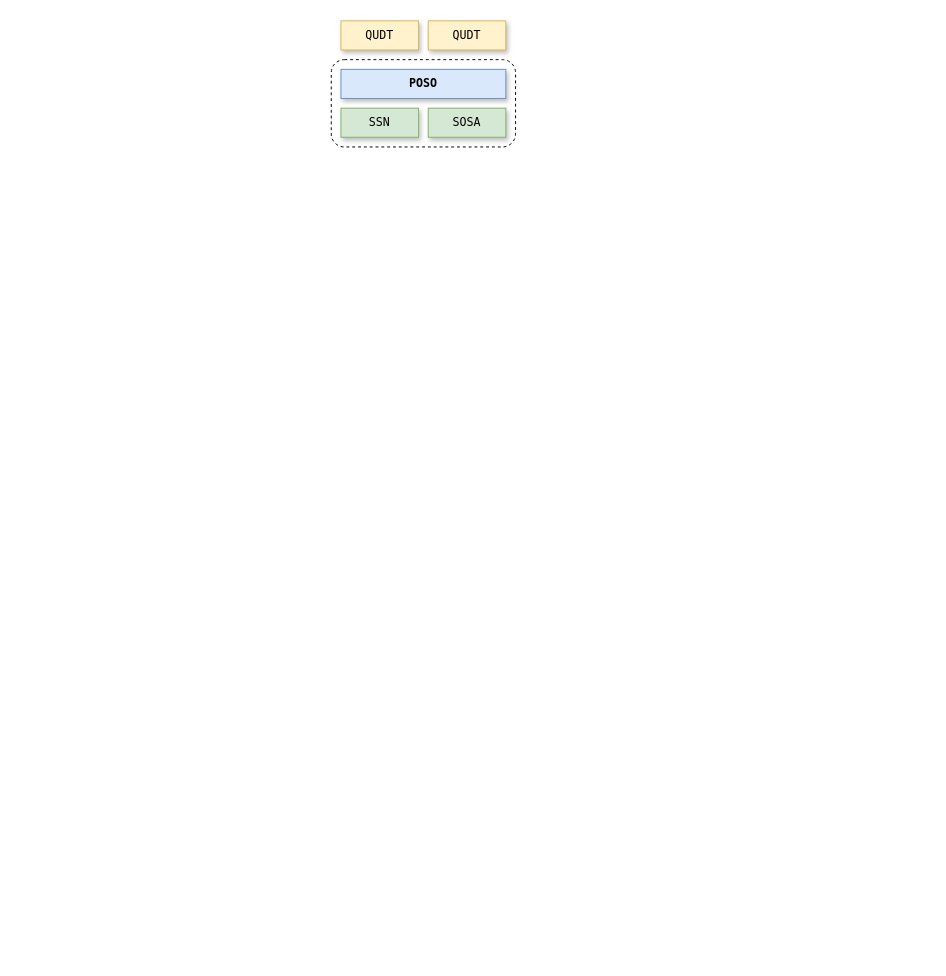
Earlier version of the draw.io diagram page "Page-1" (1 of 5) of docs/images/architecture.drawio (OpenHPS/POSO). Source tidied: cells renumbered, new cells numbered last; positions are measured from the earlier drawing's top-left corner, leaving out a move shared by most shapes. Both pictures are drawn from the tidied source at 97%, with x=0, y=0 at pixel (331, 20).
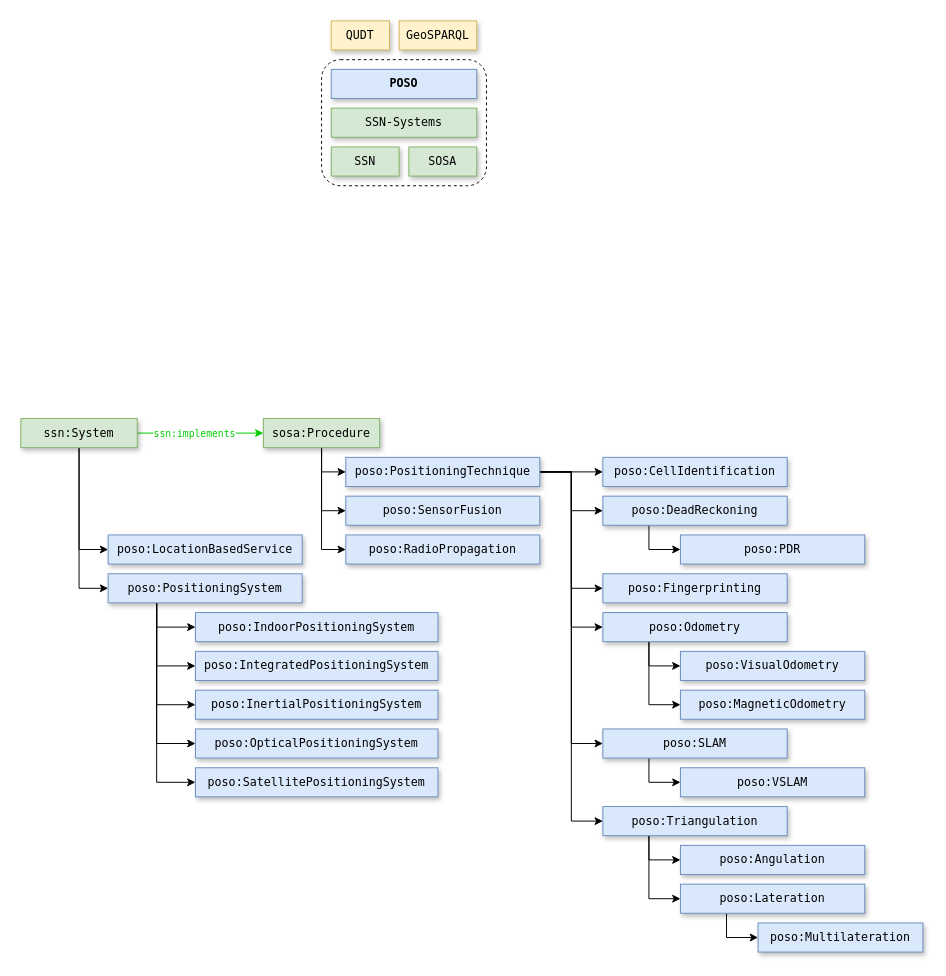
Above is the later version.

What changed in the source:
```diff
@@
     <mxCell id="2" value="&lt;b&gt;POSO&lt;/b&gt;" style="rounded=0;whiteSpace=wrap;html=1;fillColor=#dae8fc;strokeColor=#6c8ebf;shadow=1;fontFamily=Lucida Console;" parent="1" vertex="1">
-      <mxGeometry x="10" y="50" width="170" height="30" as="geometry" />
+      <mxGeometry y="50" width="150" height="30" as="geometry" />
     </mxCell>
     <mxCell id="3" value="&lt;span style=&quot;font-weight: normal&quot;&gt;SSN&lt;/span&gt;" style="rounded=0;whiteSpace=wrap;html=1;fillColor=#d5e8d4;strokeColor=#82b366;shadow=1;fontStyle=1;fontFamily=Lucida Console;" parent="1" vertex="1">
-      <mxGeometry x="10" y="90" width="80" height="30" as="geometry" />
+      <mxGeometry y="130" width="70" height="30" as="geometry" />
     </mxCell>
     <mxCell id="4" value="&lt;span style=&quot;font-weight: normal&quot;&gt;SOSA&lt;/span&gt;" style="rounded=0;whiteSpace=wrap;html=1;fillColor=#d5e8d4;strokeColor=#82b366;shadow=1;fontStyle=1;fontFamily=Lucida Console;" parent="1" vertex="1">
-      <mxGeometry x="100" y="90" width="80" height="30" as="geometry" />
+      <mxGeometry x="80" y="130" width="70" height="30" as="geometry" />
     </mxCell>
     <mxCell id="5" value="&lt;span style=&quot;font-weight: normal&quot;&gt;QUDT&lt;/span&gt;" style="rounded=0;whiteSpace=wrap;html=1;fillColor=#fff2cc;strokeColor=#d6b656;shadow=1;fontStyle=1;fontFamily=Lucida Console;" parent="1" vertex="1">
-      <mxGeometry x="10" width="80" height="30" as="geometry" />
+      <mxGeometry width="60" height="30" as="geometry" />
     </mxCell>
     <mxCell id="6" style="rounded=1;whiteSpace=wrap;html=1;shadow=0;fillColor=none;dashed=1;strokeWidth=1;fontFamily=Lucida Console;" parent="1" vertex="1">
-      <mxGeometry y="40" width="190" height="90" as="geometry" />
+      <mxGeometry x="-10" y="40" width="170" height="130" as="geometry" />
     </mxCell>
-    <mxCell id="7" value="&lt;span style=&quot;font-weight: normal&quot;&gt;QUDT&lt;/span&gt;" style="rounded=0;whiteSpace=wrap;html=1;fillColor=#fff2cc;strokeColor=#d6b656;shadow=1;fontStyle=1;fontFamily=Lucida Console;" parent="1" vertex="1">
-      <mxGeometry x="100" width="80" height="30" as="geometry" />
+    <mxCell id="7" value="&lt;span style=&quot;font-weight: normal&quot;&gt;GeoSPARQL&lt;/span&gt;" style="rounded=0;whiteSpace=wrap;html=1;fillColor=#fff2cc;strokeColor=#d6b656;shadow=1;fontStyle=1;fontFamily=Lucida Console;" parent="1" vertex="1">
+      <mxGeometry x="70" width="80" height="30" as="geometry" />
     </mxCell>
+    <mxCell id="8" value="&lt;span style=&quot;font-weight: normal&quot;&gt;SSN-Systems&lt;/span&gt;" style="rounded=0;whiteSpace=wrap;html=1;fillColor=#d5e8d4;strokeColor=#82b366;shadow=1;fontStyle=1;fontFamily=Lucida Console;" parent="1" vertex="1">
+      <mxGeometry y="90" width="150" height="30" as="geometry" />
+    </mxCell>
+    <mxCell id="9" style="edgeStyle=orthogonalEdgeStyle;rounded=0;jettySize=auto;html=1;exitX=0.5;exitY=1;exitDx=0;exitDy=0;entryX=0;entryY=0.5;entryDx=0;entryDy=0;fontFamily=Lucida Console;" parent="1" edge="1" source="13" target="20">
+      <mxGeometry relative="1" as="geometry" />
+    </mxCell>
+    <mxCell id="10" style="edgeStyle=orthogonalEdgeStyle;rounded=0;jettySize=auto;html=1;exitX=0.5;exitY=1;exitDx=0;exitDy=0;entryX=0;entryY=0.5;entryDx=0;entryDy=0;fontFamily=Lucida Console;" parent="1" edge="1" source="13" target="19">
+      <mxGeometry relative="1" as="geometry" />
+    </mxCell>
+    <mxCell id="11" style="edgeStyle=orthogonalEdgeStyle;rounded=0;jettySize=auto;html=1;entryX=0;entryY=0.5;entryDx=0;entryDy=0;fontFamily=Lucida Console;strokeColor=#00CC00;" parent="1" edge="1" source="13" target="29">
+      <mxGeometry relative="1" as="geometry" />
+    </mxCell>
+    <mxCell id="12" value="ssn:implements" style="edgeLabel;html=1;align=center;verticalAlign=middle;fontSize=10;fontFamily=Lucida Console;fontColor=#00CC00;" parent="11" vertex="1">
+      <mxGeometry x="0.2" y="3" relative="1" as="geometry">
+        <mxPoint x="-20" y="3" as="offset" />
+      </mxGeometry>
+    </mxCell>
+    <mxCell id="13" value="&lt;span style=&quot;font-weight: normal&quot;&gt;ssn:System&lt;/span&gt;" style="rounded=0;whiteSpace=wrap;html=1;fillColor=#d5e8d4;strokeColor=#82b366;shadow=1;fontStyle=1;fontFamily=Lucida Console;" parent="1" vertex="1">
+      <mxGeometry x="-320" y="410" width="120" height="30" as="geometry" />
+    </mxCell>
+    <mxCell id="14" style="edgeStyle=orthogonalEdgeStyle;rounded=0;jettySize=auto;html=1;exitX=0.25;exitY=1;exitDx=0;exitDy=0;entryX=0;entryY=0.5;entryDx=0;entryDy=0;fontFamily=Lucida Console;" parent="1" edge="1" source="19" target="21">
+      <mxGeometry relative="1" as="geometry" />
+    </mxCell>
+    <mxCell id="15" style="edgeStyle=orthogonalEdgeStyle;rounded=0;jettySize=auto;html=1;exitX=0.25;exitY=1;exitDx=0;exitDy=0;entryX=0;entryY=0.5;entryDx=0;entryDy=0;fontFamily=Lucida Console;" parent="1" edge="1" source="19" target="22">
+      <mxGeometry relative="1" as="geometry" />
+    </mxCell>
+    <mxCell id="16" style="edgeStyle=orthogonalEdgeStyle;rounded=0;jettySize=auto;html=1;exitX=0.25;exitY=1;exitDx=0;exitDy=0;entryX=0;entryY=0.5;entryDx=0;entryDy=0;fontFamily=Lucida Console;" parent="1" edge="1" source="19" target="23">
+      <mxGeometry relative="1" as="geometry" />
+    </mxCell>
+    <mxCell id="17" style="edgeStyle=orthogonalEdgeStyle;rounded=0;jettySize=auto;html=1;exitX=0.25;exitY=1;exitDx=0;exitDy=0;entryX=0;entryY=0.5;entryDx=0;entryDy=0;fontFamily=Lucida Console;" parent="1" edge="1" source="19" target="24">
+      <mxGeometry relative="1" as="geometry" />
+    </mxCell>
+    <mxCell id="18" style="edgeStyle=orthogonalEdgeStyle;rounded=0;jettySize=auto;html=1;exitX=0.25;exitY=1;exitDx=0;exitDy=0;entryX=0;entryY=0.5;entryDx=0;entryDy=0;fontFamily=Lucida Console;" parent="1" edge="1" source="19" target="25">
+      <mxGeometry relative="1" as="geometry" />
+    </mxCell>
+    <mxCell id="19" value="&lt;span style=&quot;font-weight: normal&quot;&gt;poso:PositioningSystem&lt;/span&gt;" style="rounded=0;whiteSpace=wrap;html=1;fillColor=#dae8fc;strokeColor=#6c8ebf;shadow=1;fontStyle=1;fontFamily=Lucida Console;" parent="1" vertex="1">
+      <mxGeometry x="-230" y="570" width="200" height="30" as="geometry" />
+    </mxCell>
+    <mxCell id="20" value="&lt;span style=&quot;font-weight: normal&quot;&gt;poso:LocationBasedService&lt;/span&gt;" style="rounded=0;whiteSpace=wrap;html=1;fillColor=#dae8fc;strokeColor=#6c8ebf;shadow=1;fontStyle=1;fontFamily=Lucida Console;" parent="1" vertex="1">
+      <mxGeometry x="-230" y="530" width="200" height="30" as="geometry" />
+    </mxCell>
+    <mxCell id="21" value="&lt;span style=&quot;font-weight: normal&quot;&gt;poso:IndoorPositioningSystem&lt;/span&gt;" style="rounded=0;whiteSpace=wrap;html=1;fillColor=#dae8fc;strokeColor=#6c8ebf;shadow=1;fontStyle=1;fontFamily=Lucida Console;" parent="1" vertex="1">
+      <mxGeometry x="-140" y="610" width="250" height="30" as="geometry" />
+    </mxCell>
+    <mxCell id="22" value="&lt;span style=&quot;font-weight: normal&quot;&gt;poso:IntegratedPositioningSystem&lt;/span&gt;" style="rounded=0;whiteSpace=wrap;html=1;fillColor=#dae8fc;strokeColor=#6c8ebf;shadow=1;fontStyle=1;fontFamily=Lucida Console;" parent="1" vertex="1">
+      <mxGeometry x="-140" y="650" width="250" height="30" as="geometry" />
+    </mxCell>
+    <mxCell id="23" value="&lt;span style=&quot;font-weight: normal&quot;&gt;poso:InertialPositioningSystem&lt;/span&gt;" style="rounded=0;whiteSpace=wrap;html=1;fillColor=#dae8fc;strokeColor=#6c8ebf;shadow=1;fontStyle=1;fontFamily=Lucida Console;" parent="1" vertex="1">
+      <mxGeometry x="-140" y="690" width="250" height="30" as="geometry" />
+    </mxCell>
+    <mxCell id="24" value="&lt;span style=&quot;font-weight: normal&quot;&gt;poso:OpticalPositioningSystem&lt;/span&gt;" style="rounded=0;whiteSpace=wrap;html=1;fillColor=#dae8fc;strokeColor=#6c8ebf;shadow=1;fontStyle=1;fontFamily=Lucida Console;" parent="1" vertex="1">
+      <mxGeometry x="-140" y="730" width="250" height="30" as="geometry" />
+    </mxCell>
+    <mxCell id="25" value="&lt;span style=&quot;font-weight: normal&quot;&gt;poso:SatellitePositioningSystem&lt;/span&gt;" style="rounded=0;whiteSpace=wrap;html=1;fillColor=#dae8fc;strokeColor=#6c8ebf;shadow=1;fontStyle=1;fontFamily=Lucida Console;" parent="1" vertex="1">
+      <mxGeometry x="-140" y="770" width="250" height="30" as="geometry" />
+    </mxCell>
+    <mxCell id="26" style="edgeStyle=orthogonalEdgeStyle;rounded=0;jettySize=auto;html=1;entryX=0;entryY=0.5;entryDx=0;entryDy=0;fontFamily=Lucida Console;" parent="1" edge="1" source="29" target="36">
+      <mxGeometry relative="1" as="geometry" />
+    </mxCell>
+    <mxCell id="27" style="edgeStyle=orthogonalEdgeStyle;rounded=0;jettySize=auto;html=1;entryX=0;entryY=0.5;entryDx=0;entryDy=0;fontFamily=Lucida Console;" parent="1" edge="1" source="29" target="37">
+      <mxGeometry relative="1" as="geometry" />
+    </mxCell>
+    <mxCell id="28" style="edgeStyle=orthogonalEdgeStyle;rounded=0;jettySize=auto;html=1;entryX=0;entryY=0.5;entryDx=0;entryDy=0;fontFamily=Lucida Console;" parent="1" edge="1" source="29" target="38">
+      <mxGeometry relative="1" as="geometry" />
+    </mxCell>
+    <mxCell id="29" value="&lt;span style=&quot;font-weight: normal&quot;&gt;sosa:Procedure&lt;/span&gt;" style="rounded=0;whiteSpace=wrap;html=1;fillColor=#d5e8d4;strokeColor=#82b366;shadow=1;fontStyle=1;fontFamily=Lucida Console;" parent="1" vertex="1">
+      <mxGeometry x="-70" y="410" width="120" height="30" as="geometry" />
+    </mxCell>
+    <mxCell id="30" style="edgeStyle=orthogonalEdgeStyle;rounded=0;jettySize=auto;html=1;entryX=0;entryY=0.5;entryDx=0;entryDy=0;fontFamily=Lucida Console;" parent="1" edge="1" source="36" target="39">
+      <mxGeometry relative="1" as="geometry" />
+    </mxCell>
+    <mxCell id="31" style="edgeStyle=orthogonalEdgeStyle;rounded=0;jettySize=auto;html=1;entryX=0;entryY=0.5;entryDx=0;entryDy=0;fontFamily=Lucida Console;" parent="1" edge="1" source="36" target="41">
+      <mxGeometry relative="1" as="geometry" />
+    </mxCell>
+    <mxCell id="32" style="edgeStyle=orthogonalEdgeStyle;rounded=0;jettySize=auto;html=1;entryX=0;entryY=0.5;entryDx=0;entryDy=0;fontFamily=Lucida Console;" parent="1" edge="1" source="36" target="42">
+      <mxGeometry relative="1" as="geometry" />
+    </mxCell>
+    <mxCell id="33" style="edgeStyle=orthogonalEdgeStyle;rounded=0;jettySize=auto;html=1;entryX=0;entryY=0.5;entryDx=0;entryDy=0;fontFamily=Lucida Console;" parent="1" edge="1" source="36" target="45">
+      <mxGeometry relative="1" as="geometry" />
+    </mxCell>
+    <mxCell id="34" style="edgeStyle=orthogonalEdgeStyle;rounded=0;jettySize=auto;html=1;entryX=0;entryY=0.5;entryDx=0;entryDy=0;fontFamily=Lucida Console;" parent="1" edge="1" source="36" target="47">
+      <mxGeometry relative="1" as="geometry" />
+    </mxCell>
+    <mxCell id="35" style="edgeStyle=orthogonalEdgeStyle;rounded=0;jettySize=auto;html=1;entryX=0;entryY=0.5;entryDx=0;entryDy=0;fontFamily=Lucida Console;" parent="1" edge="1" source="36" target="50">
+      <mxGeometry relative="1" as="geometry" />
+    </mxCell>
+    <mxCell id="36" value="&lt;span style=&quot;font-weight: normal&quot;&gt;poso:PositioningTechnique&lt;/span&gt;" style="rounded=0;whiteSpace=wrap;html=1;fillColor=#dae8fc;strokeColor=#6c8ebf;shadow=1;fontStyle=1;fontFamily=Lucida Console;" parent="1" vertex="1">
+      <mxGeometry x="15" y="450" width="200" height="30" as="geometry" />
+    </mxCell>
+    <mxCell id="37" value="&lt;span style=&quot;font-weight: normal&quot;&gt;poso:SensorFusion&lt;/span&gt;" style="rounded=0;whiteSpace=wrap;html=1;fillColor=#dae8fc;strokeColor=#6c8ebf;shadow=1;fontStyle=1;fontFamily=Lucida Console;" parent="1" vertex="1">
+      <mxGeometry x="15" y="490" width="200" height="30" as="geometry" />
+    </mxCell>
+    <mxCell id="38" value="&lt;span style=&quot;font-weight: normal&quot;&gt;poso:RadioPropagation&lt;/span&gt;" style="rounded=0;whiteSpace=wrap;html=1;fillColor=#dae8fc;strokeColor=#6c8ebf;shadow=1;fontStyle=1;fontFamily=Lucida Console;" parent="1" vertex="1">
+      <mxGeometry x="15" y="530" width="200" height="30" as="geometry" />
+    </mxCell>
+    <mxCell id="39" value="&lt;span style=&quot;font-weight: normal&quot;&gt;poso:CellIdentification&lt;/span&gt;" style="rounded=0;whiteSpace=wrap;html=1;fillColor=#dae8fc;strokeColor=#6c8ebf;shadow=1;fontStyle=1;fontFamily=Lucida Console;" parent="1" vertex="1">
+      <mxGeometry x="280" y="450" width="190" height="30" as="geometry" />
+    </mxCell>
+    <mxCell id="40" style="edgeStyle=orthogonalEdgeStyle;rounded=0;jettySize=auto;html=1;exitX=0.25;exitY=1;exitDx=0;exitDy=0;entryX=0;entryY=0.5;entryDx=0;entryDy=0;fontFamily=Lucida Console;" parent="1" edge="1" source="41" target="58">
+      <mxGeometry relative="1" as="geometry" />
+    </mxCell>
+    <mxCell id="41" value="&lt;span style=&quot;font-weight: normal&quot;&gt;poso:DeadReckoning&lt;br&gt;&lt;/span&gt;" style="rounded=0;whiteSpace=wrap;html=1;fillColor=#dae8fc;strokeColor=#6c8ebf;shadow=1;fontStyle=1;fontFamily=Lucida Console;" parent="1" vertex="1">
+      <mxGeometry x="280" y="490" width="190" height="30" as="geometry" />
+    </mxCell>
+    <mxCell id="42" value="&lt;span style=&quot;font-weight: normal&quot;&gt;poso:Fingerprinting&lt;br&gt;&lt;/span&gt;" style="rounded=0;whiteSpace=wrap;html=1;fillColor=#dae8fc;strokeColor=#6c8ebf;shadow=1;fontStyle=1;fontFamily=Lucida Console;" parent="1" vertex="1">
+      <mxGeometry x="280" y="570" width="190" height="30" as="geometry" />
+    </mxCell>
+    <mxCell id="43" style="edgeStyle=orthogonalEdgeStyle;rounded=0;jettySize=auto;html=1;exitX=0.25;exitY=1;exitDx=0;exitDy=0;entryX=0;entryY=0.5;entryDx=0;entryDy=0;fontFamily=Lucida Console;" parent="1" edge="1" source="45" target="51">
+      <mxGeometry relative="1" as="geometry" />
+    </mxCell>
+    <mxCell id="44" style="edgeStyle=orthogonalEdgeStyle;rounded=0;jettySize=auto;html=1;exitX=0.25;exitY=1;exitDx=0;exitDy=0;entryX=0;entryY=0.5;entryDx=0;entryDy=0;fontFamily=Lucida Console;" parent="1" edge="1" source="45" target="52">
+      <mxGeometry relative="1" as="geometry" />
+    </mxCell>
+    <mxCell id="45" value="&lt;span style=&quot;font-weight: normal&quot;&gt;poso:Odometry&lt;br&gt;&lt;/span&gt;" style="rounded=0;whiteSpace=wrap;html=1;fillColor=#dae8fc;strokeColor=#6c8ebf;shadow=1;fontStyle=1;fontFamily=Lucida Console;" parent="1" vertex="1">
+      <mxGeometry x="280" y="610" width="190" height="30" as="geometry" />
+    </mxCell>
+    <mxCell id="46" style="edgeStyle=orthogonalEdgeStyle;rounded=0;jettySize=auto;html=1;exitX=0.25;exitY=1;exitDx=0;exitDy=0;entryX=0;entryY=0.5;entryDx=0;entryDy=0;fontFamily=Lucida Console;" parent="1" edge="1" source="47" target="53">
+      <mxGeometry relative="1" as="geometry" />
+    </mxCell>
+    <mxCell id="47" value="&lt;span style=&quot;font-weight: normal&quot;&gt;poso:SLAM&lt;br&gt;&lt;/span&gt;" style="rounded=0;whiteSpace=wrap;html=1;fillColor=#dae8fc;strokeColor=#6c8ebf;shadow=1;fontStyle=1;fontFamily=Lucida Console;" parent="1" vertex="1">
+      <mxGeometry x="280" y="730" width="190" height="30" as="geometry" />
+    </mxCell>
+    <mxCell id="48" style="edgeStyle=orthogonalEdgeStyle;rounded=0;jettySize=auto;html=1;exitX=0.25;exitY=1;exitDx=0;exitDy=0;entryX=0;entryY=0.5;entryDx=0;entryDy=0;fontFamily=Lucida Console;" parent="1" edge="1" source="50" target="54">
+      <mxGeometry relative="1" as="geometry" />
+    </mxCell>
+    <mxCell id="49" style="edgeStyle=orthogonalEdgeStyle;rounded=0;jettySize=auto;html=1;exitX=0.25;exitY=1;exitDx=0;exitDy=0;entryX=0;entryY=0.5;entryDx=0;entryDy=0;fontFamily=Lucida Console;" parent="1" edge="1" source="50" target="56">
+      <mxGeometry relative="1" as="geometry" />
+    </mxCell>
+    <mxCell id="50" value="&lt;span style=&quot;font-weight: normal&quot;&gt;poso:Triangulation&lt;br&gt;&lt;/span&gt;" style="rounded=0;whiteSpace=wrap;html=1;fillColor=#dae8fc;strokeColor=#6c8ebf;shadow=1;fontStyle=1;fontFamily=Lucida Console;" parent="1" vertex="1">
+      <mxGeometry x="280" y="810" width="190" height="30" as="geometry" />
+    </mxCell>
+    <mxCell id="51" value="&lt;span style=&quot;font-weight: normal&quot;&gt;poso:VisualOdometry&lt;br&gt;&lt;/span&gt;" style="rounded=0;whiteSpace=wrap;html=1;fillColor=#dae8fc;strokeColor=#6c8ebf;shadow=1;fontStyle=1;fontFamily=Lucida Console;" parent="1" vertex="1">
+      <mxGeometry x="360" y="650" width="190" height="30" as="geometry" />
+    </mxCell>
+    <mxCell id="52" value="&lt;span style=&quot;font-weight: normal&quot;&gt;poso:MagneticOdometry&lt;br&gt;&lt;/span&gt;" style="rounded=0;whiteSpace=wrap;html=1;fillColor=#dae8fc;strokeColor=#6c8ebf;shadow=1;fontStyle=1;fontFamily=Lucida Console;" parent="1" vertex="1">
+      <mxGeometry x="360" y="690" width="190" height="30" as="geometry" />
+    </mxCell>
+    <mxCell id="53" value="&lt;span style=&quot;font-weight: normal&quot;&gt;poso:VSLAM&lt;br&gt;&lt;/span&gt;" style="rounded=0;whiteSpace=wrap;html=1;fillColor=#dae8fc;strokeColor=#6c8ebf;shadow=1;fontStyle=1;fontFamily=Lucida Console;" parent="1" vertex="1">
+      <mxGeometry x="360" y="770" width="190" height="30" as="geometry" />
+    </mxCell>
+    <mxCell id="54" value="&lt;span style=&quot;font-weight: normal&quot;&gt;poso:Angulation&lt;br&gt;&lt;/span&gt;" style="rounded=0;whiteSpace=wrap;html=1;fillColor=#dae8fc;strokeColor=#6c8ebf;shadow=1;fontStyle=1;fontFamily=Lucida Console;" parent="1" vertex="1">
+      <mxGeometry x="360" y="850" width="190" height="30" as="geometry" />
+    </mxCell>
+    <mxCell id="55" style="edgeStyle=orthogonalEdgeStyle;rounded=0;jettySize=auto;html=1;exitX=0.25;exitY=1;exitDx=0;exitDy=0;entryX=0;entryY=0.5;entryDx=0;entryDy=0;fontFamily=Lucida Console;" parent="1" edge="1" source="56" target="57">
+      <mxGeometry relative="1" as="geometry" />
+    </mxCell>
+    <mxCell id="56" value="&lt;span style=&quot;font-weight: normal&quot;&gt;poso:Lateration&lt;br&gt;&lt;/span&gt;" style="rounded=0;whiteSpace=wrap;html=1;fillColor=#dae8fc;strokeColor=#6c8ebf;shadow=1;fontStyle=1;fontFamily=Lucida Console;" parent="1" vertex="1">
+      <mxGeometry x="360" y="890" width="190" height="30" as="geometry" />
+    </mxCell>
+    <mxCell id="57" value="&lt;span style=&quot;font-weight: normal&quot;&gt;poso:Multilateration&lt;br&gt;&lt;/span&gt;" style="rounded=0;whiteSpace=wrap;html=1;fillColor=#dae8fc;strokeColor=#6c8ebf;shadow=1;fontStyle=1;fontFamily=Lucida Console;" parent="1" vertex="1">
+      <mxGeometry x="440" y="930" width="170" height="30" as="geometry" />
+    </mxCell>
+    <mxCell id="58" value="&lt;span style=&quot;font-weight: normal&quot;&gt;poso:PDR&lt;br&gt;&lt;/span&gt;" style="rounded=0;whiteSpace=wrap;html=1;fillColor=#dae8fc;strokeColor=#6c8ebf;shadow=1;fontStyle=1;fontFamily=Lucida Console;" parent="1" vertex="1">
+      <mxGeometry x="360" y="530" width="190" height="30" as="geometry" />
+    </mxCell>
```
